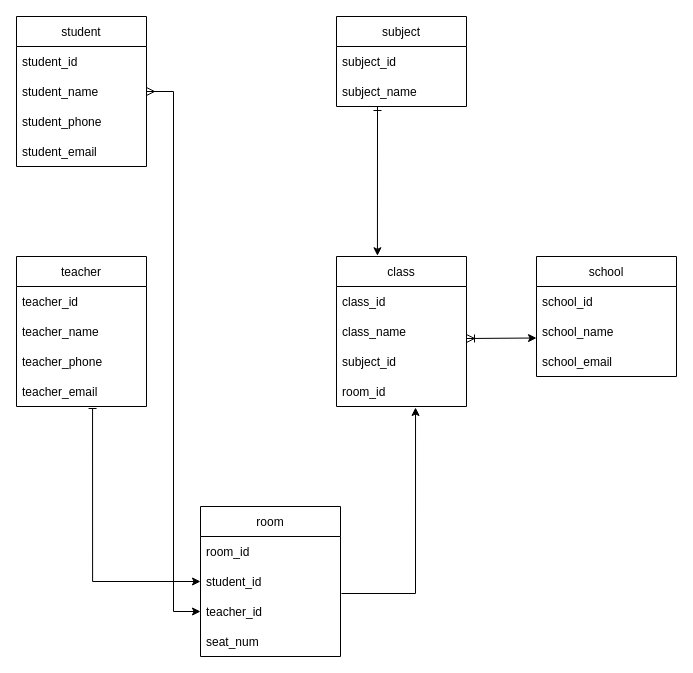
Earlier version of the draw.io diagram db_schema_draft.drawio (phuc-create/assignment-go). Source tidied: cells renumbered, new cells numbered last; positions are measured from the earlier drawing's top-left corner, leaving out a move shared by most shapes. Both pictures are drawn from the tidied source at 100%, with x=0, y=0 at pixel (16, 16).
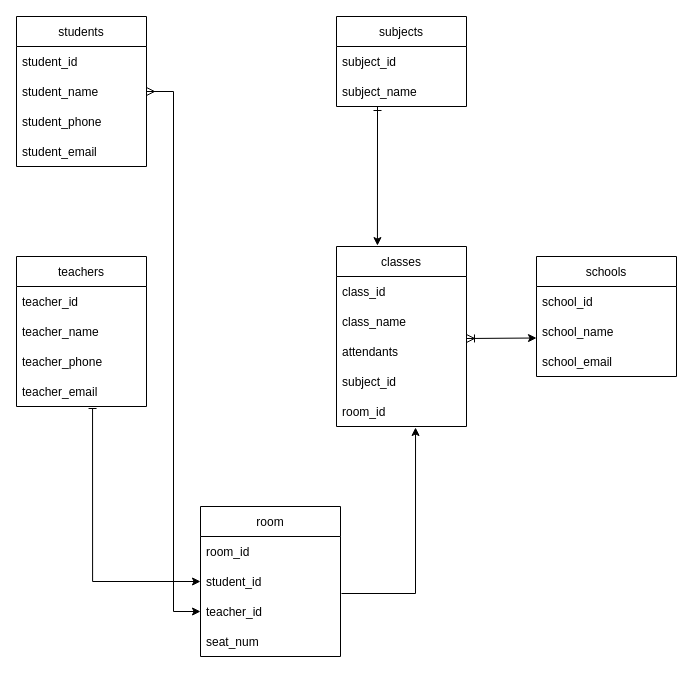
Above is the later version.

Commit message:
Cập nhật db_schema_draft.drawio

What changed in the source:
```diff
@@
-    <mxCell id="2" value="student" style="swimlane;fontStyle=0;horizontal=1;startSize=30;" parent="1" vertex="1">
+    <mxCell id="2" value="students" style="swimlane;fontStyle=0;horizontal=1;startSize=30;" parent="1" vertex="1">
       <mxGeometry width="130" height="150" as="geometry" />
     </mxCell>
@@
-    <mxCell id="7" value="subject" style="swimlane;fontStyle=0;horizontal=1;startSize=30;" parent="1" vertex="1">
+    <mxCell id="7" value="subjects" style="swimlane;fontStyle=0;horizontal=1;startSize=30;" parent="1" vertex="1">
       <mxGeometry x="320" width="130" height="90" as="geometry" />
     </mxCell>
@@
-    <mxCell id="10" value="class" style="swimlane;fontStyle=0;horizontal=1;startSize=30;" parent="1" vertex="1">
-      <mxGeometry x="320" y="240" width="130" height="150" as="geometry" />
+    <mxCell id="10" value="classes" style="swimlane;fontStyle=0;horizontal=1;startSize=30;" parent="1" vertex="1">
+      <mxGeometry x="320" y="230" width="130" height="180" as="geometry" />
     </mxCell>
@@
+    <mxCell id="34" value="attendants" style="text;strokeColor=none;fillColor=none;align=left;verticalAlign=middle;spacingLeft=4;spacingRight=4;overflow=hidden;" parent="10" vertex="1">
+      <mxGeometry y="90" width="130" height="30" as="geometry" />
+    </mxCell>
     <mxCell id="13" value="subject_id" style="text;strokeColor=none;fillColor=none;align=left;verticalAlign=middle;spacingLeft=4;spacingRight=4;overflow=hidden;" parent="10" vertex="1">
-      <mxGeometry y="90" width="130" height="30" as="geometry" />
+      <mxGeometry y="120" width="130" height="30" as="geometry" />
     </mxCell>
     <mxCell id="14" value="room_id" style="text;strokeColor=none;fillColor=none;align=left;verticalAlign=middle;spacingLeft=4;spacingRight=4;overflow=hidden;points=[[0,0.5],[1,0.5]];portConstraint=eastwest;" parent="10" vertex="1">
-      <mxGeometry y="120" width="130" height="30" as="geometry" />
+      <mxGeometry y="150" width="130" height="30" as="geometry" />
     </mxCell>
-    <mxCell id="15" value="teacher" style="swimlane;fontStyle=0;horizontal=1;startSize=30;" parent="1" vertex="1">
+    <mxCell id="15" value="teachers" style="swimlane;fontStyle=0;horizontal=1;startSize=30;" parent="1" vertex="1">
       <mxGeometry y="240" width="130" height="150" as="geometry" />
     </mxCell>
@@
-    <mxCell id="23" value="school" style="swimlane;fontStyle=0;horizontal=1;startSize=30;" parent="1" vertex="1">
+    <mxCell id="23" value="schools" style="swimlane;fontStyle=0;horizontal=1;startSize=30;" parent="1" vertex="1">
       <mxGeometry x="520" y="240" width="140" height="120" as="geometry" />
     </mxCell>
```
